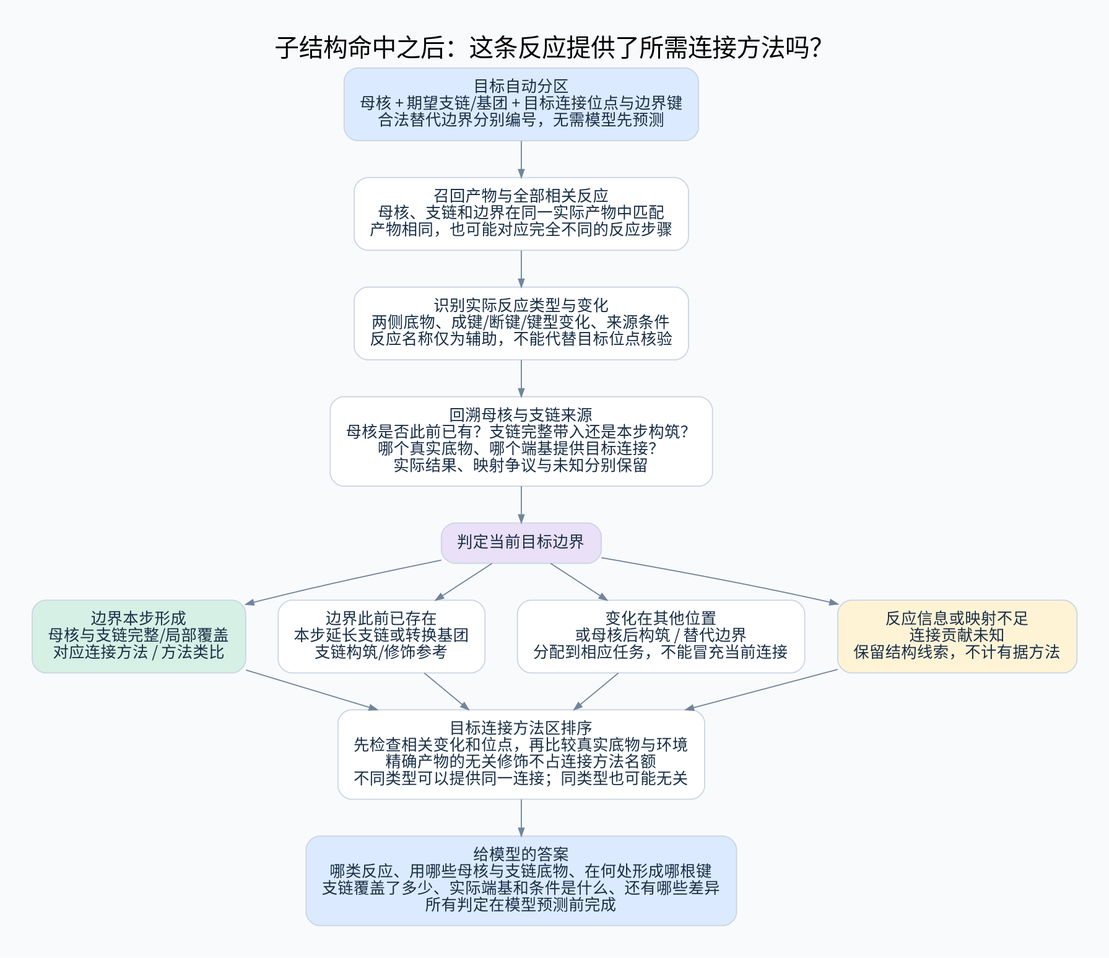
Above: diagrams/attachment-methods.png in 825728139/substructure_search (Graphviz), before the change. Its source is kept beside it as diagrams/attachment-methods.dot. The source it was exported from:
```dot
digraph G {

graph [rankdir=TB, bgcolor="#F8FAFC", pad="0.4", nodesep="0.40", ranksep="0.46", fontname="Noto Sans CJK SC", fontsize=22, labelloc=t];
node [shape=box, style="rounded,filled", fillcolor="white", color="#CAD5E2", fontcolor="#172D45", fontname="Noto Sans CJK SC", fontsize=14, margin="0.20,0.14"];
edge [color="#72849B", arrowsize=0.7, fontname="Noto Sans CJK SC", fontsize=11, fontcolor="#526477"];

label="子结构命中之后：这条反应提供了所需连接方法吗？";
a [label="目标自动分区
母核 + 期望支链/基团 + 目标连接位点与边界键
合法替代边界分别编号，无需模型先预测", fillcolor="#DBEAFE"];
b [label="召回产物与全部相关反应
母核、支链和边界在同一实际产物中匹配
产物相同，也可能对应完全不同的反应步骤"];
c [label="识别实际反应类型与变化
两侧底物、成键/断键/键型变化、来源条件
反应名称仅为辅助，不能代替目标位点核验"];
d [label="回溯母核与支链来源
母核是否此前已有？支链完整带入还是本步构筑？
哪个真实底物、哪个端基提供目标连接？
实际结果、映射争议与未知分别保留"];
e [label="判定当前目标边界", fillcolor="#EAE0F7"];
formed [label="边界本步形成
母核与支链完整/局部覆盖
对应连接方法 / 方法类比", fillcolor="#D6F0E5"];
elab [label="边界此前已存在
本步延长支链或转换基团
支链构筑/修饰参考"];
other [label="变化在其他位置
或母核后构筑 / 替代边界
分配到相应任务，不能冒充当前连接"];
unknown [label="反应信息或映射不足
连接贡献未知
保留结构线索，不计有据方法", fillcolor="#FFF3D6"];
r [label="目标连接方法区排序
先检查相关变化和位点，再比较真实底物与环境
精确产物的无关修饰不占连接方法名额
不同类型可以提供同一连接；同类型也可能无关"];
o [label="给模型的答案
哪类反应、用哪些母核与支链底物、在何处形成哪根键
支链覆盖了多少、实际端基和条件是什么、还有哪些差异
所有判定在模型预测前完成", fillcolor="#DBEAFE"];
a -> b -> c -> d -> e;
e -> formed; e -> elab; e -> other; e -> unknown;
formed -> r; elab -> r; other -> r; unknown -> r;
r -> o;
}
```
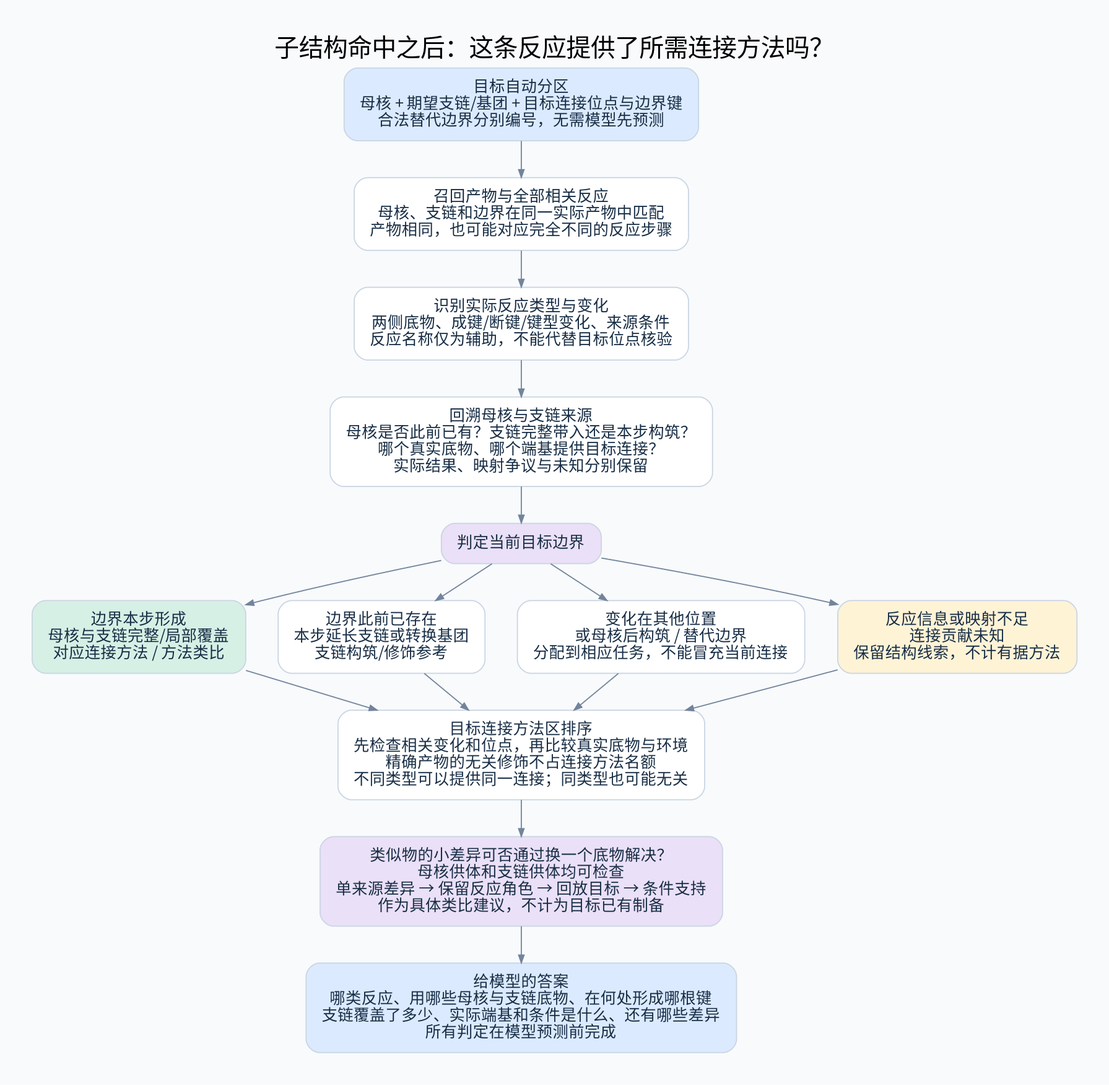
After the commit.

Diff of the diagram source:
```diff
@@ -42,5 +42,9 @@
 a -> b -> c -> d -> e;
 e -> formed; e -> elab; e -> other; e -> unknown;
 formed -> r; elab -> r; other -> r; unknown -> r;
-r -> o;
+adapt [label="类似物的小差异可否通过换一个底物解决？
+母核供体和支链供体均可检查
+单来源差异 → 保留反应角色 → 回放目标 → 条件支持
+作为具体类比建议，不计为目标已有制备", fillcolor="#EAE0F7"];
+r -> adapt -> o;
 }
```
